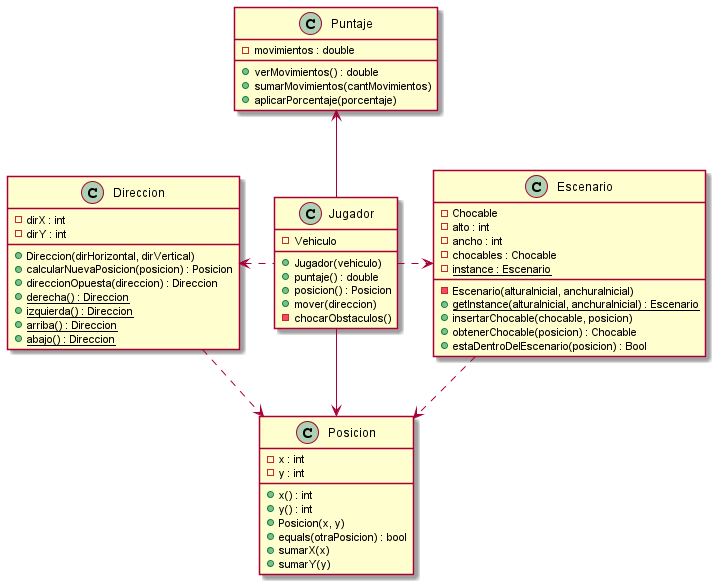
Earlier version of the PlantUML export diagrams/classes/diagrama_general.png (NestorPala/T17-GPSChallenge).
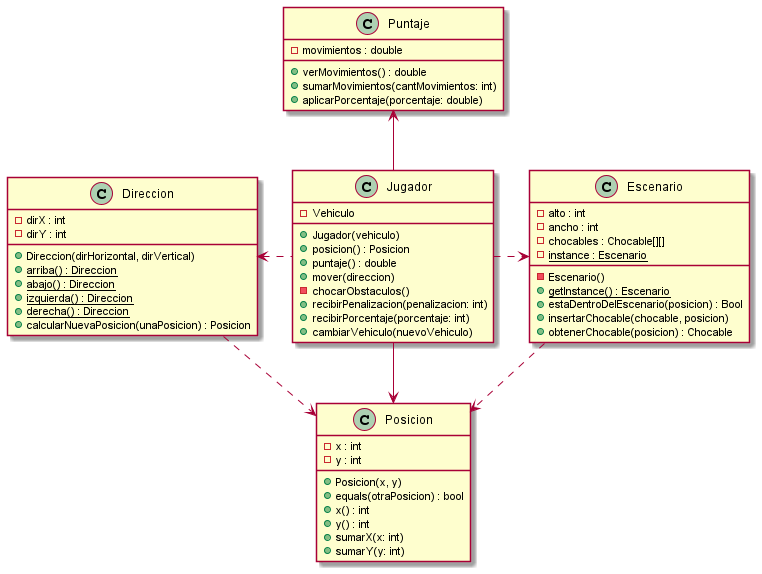
After the change.

Commit message:
actualizo diagrama de clases principal

Diff of the diagram source:
```diff
@@ -3,54 +3,56 @@
 class Jugador {
     - Vehiculo
     + Jugador(vehiculo)
+    + posicion() : Posicion
     + puntaje() : double
-    + posicion() : Posicion
     + mover(direccion)
     - chocarObstaculos()
+    + recibirPenalizacion(penalizacion: int)
+    + recibirPorcentaje(porcentaje: int)
+    + cambiarVehiculo(nuevoVehiculo)
 }
 
 class Puntaje {
     - movimientos : double
     + verMovimientos() : double
-    + sumarMovimientos(cantMovimientos)
-    + aplicarPorcentaje(porcentaje)
+    + sumarMovimientos(cantMovimientos: int)
+    + aplicarPorcentaje(porcentaje: double)
 
 }
 
-class Direccion{
+class Direccion {
     - dirX : int
     - dirY : int
     + Direccion(dirHorizontal, dirVertical)
-    + calcularNuevaPosicion(posicion) : Posicion
-    + direccionOpuesta(direccion) : Direccion
-    + derecha() : Direccion {static}
-    + izquierda() : Direccion {static}
     + arriba() : Direccion {static}
     + abajo() : Direccion {static}
+    + izquierda() : Direccion {static}
+    + derecha() : Direccion {static}
+    + calcularNuevaPosicion(unaPosicion) : Posicion
 }
 
 class Escenario {
-    - Chocable
     - alto : int
     - ancho : int
-    - chocables : Chocable
+    - chocables : Chocable[][]
     - {static} instance : Escenario
-    - Escenario(alturaInicial, anchuraInicial)
-    + {static} getInstance(alturaInicial, anchuraInicial) : Escenario
+    - Escenario()
+    + {static} getInstance() : Escenario
+    + estaDentroDelEscenario(posicion) : Bool
     + insertarChocable(chocable, posicion)
     + obtenerChocable(posicion) : Chocable
-    + estaDentroDelEscenario(posicion) : Bool
+
 }
 
 class Posicion {
     - x : int
     - y : int
+    + Posicion(x, y)
+    + equals(otraPosicion) : bool
     + x() : int
     + y() : int
-    + Posicion(x, y)
-    + equals(otraPosicion) : bool
-    + sumarX(x)
-    + sumarY(y)
+    + sumarX(x: int)
+    + sumarY(y: int)
 }
 
 Puntaje <-- Jugador
```
